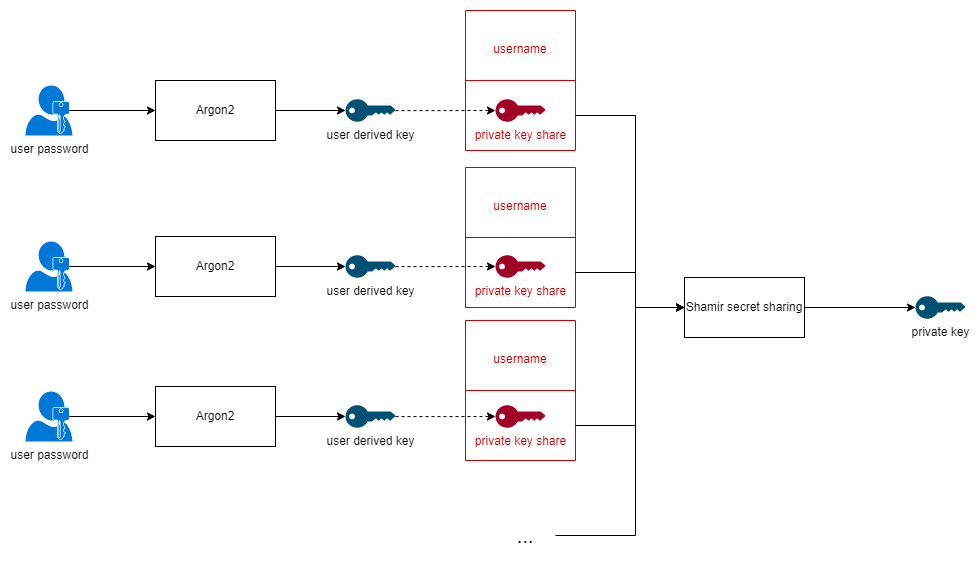
Before: readme-images/Storage root key shares.drawio.png, a diagram exported from draw.io (damienmaier/encrypted-vault). Source tidied: cells renumbered, new cells last; positions are measured from the earlier drawing's top-left corner, leaving out a move shared by most shapes.
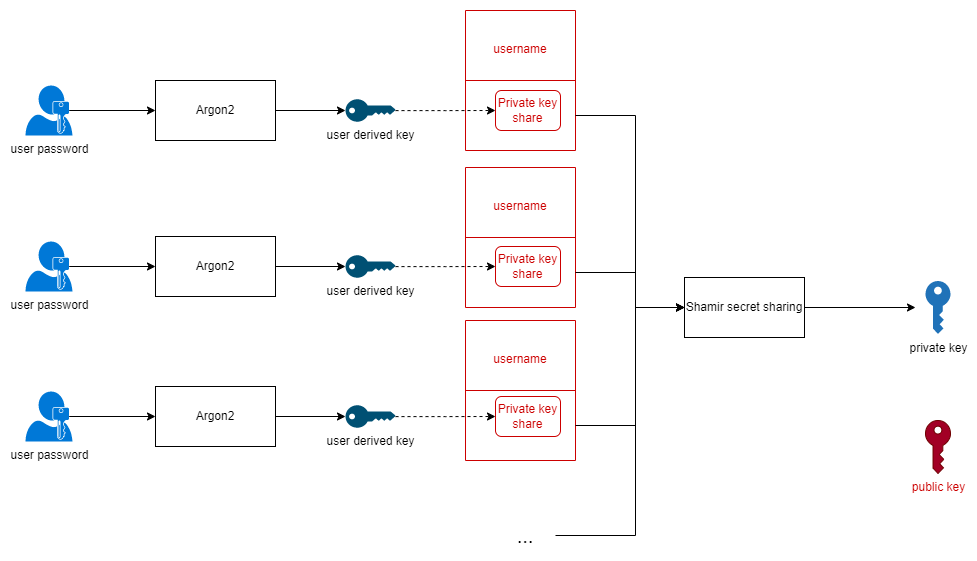
Later version of the same file.

Change to the diagram source:
```diff
@@ -53,24 +53,20 @@
     <mxCell id="18" value="user password" style="sketch=0;shadow=0;dashed=0;html=1;strokeColor=none;labelPosition=center;verticalLabelPosition=bottom;verticalAlign=top;align=center;shape=mxgraph.mscae.enterprise.user_permissions;fillColor=#0078D7;" parent="1" vertex="1">
       <mxGeometry y="75" width="47" height="50" as="geometry" />
     </mxCell>
-    <mxCell id="19" value="private key" style="points=[[0,0.5,0],[0.24,0,0],[0.5,0.28,0],[0.995,0.475,0],[0.5,0.72,0],[0.24,1,0]];verticalLabelPosition=bottom;sketch=0;html=1;verticalAlign=top;align=center;shape=mxgraph.cisco19.key;fillColor=#005073;strokeColor=none;" parent="1" vertex="1">
-      <mxGeometry x="890" y="285.8" width="50" height="22.5" as="geometry" />
-    </mxCell>
     <mxCell id="20" style="edgeStyle=orthogonalEdgeStyle;rounded=0;jettySize=auto;html=1;entryX=0;entryY=0.5;entryDx=0;entryDy=0;entryPerimeter=0;" parent="1" edge="1" source="21" target="23">
       <mxGeometry relative="1" as="geometry" />
     </mxCell>
     <mxCell id="21" value="Argon2" style="rounded=0;whiteSpace=wrap;html=1;" parent="1" vertex="1">
       <mxGeometry x="130" y="70" width="120" height="60" as="geometry" />
     </mxCell>
-    <mxCell id="22" style="edgeStyle=orthogonalEdgeStyle;rounded=0;jettySize=auto;html=1;entryX=0;entryY=0.5;entryDx=0;entryDy=0;entryPerimeter=0;dashed=1;" parent="1" edge="1" source="23" target="24">
-      <mxGeometry relative="1" as="geometry" />
+    <mxCell id="22" style="edgeStyle=orthogonalEdgeStyle;rounded=0;jettySize=auto;html=1;entryX=0;entryY=0.5;entryDx=0;entryDy=0;entryPerimeter=0;dashed=1;" parent="1" edge="1" source="23">
+      <mxGeometry relative="1" as="geometry">
+        <mxPoint x="470" y="100" as="targetPoint" />
+      </mxGeometry>
     </mxCell>
     <mxCell id="23" value="user derived key" style="points=[[0,0.5,0],[0.24,0,0],[0.5,0.28,0],[0.995,0.475,0],[0.5,0.72,0],[0.24,1,0]];verticalLabelPosition=bottom;sketch=0;html=1;verticalAlign=top;align=center;shape=mxgraph.cisco19.key;fillColor=#005073;strokeColor=none;" parent="1" vertex="1">
       <mxGeometry x="320" y="88.8" width="50" height="22.5" as="geometry" />
     </mxCell>
-    <mxCell id="24" value="&lt;font color=&quot;#cc0000&quot;&gt;private key share&lt;/font&gt;" style="points=[[0,0.5,0],[0.24,0,0],[0.5,0.28,0],[0.995,0.475,0],[0.5,0.72,0],[0.24,1,0]];verticalLabelPosition=bottom;sketch=0;html=1;verticalAlign=top;align=center;shape=mxgraph.cisco19.key;fillColor=#a20025;strokeColor=#6F0000;fontColor=#ffffff;" parent="1" vertex="1">
-      <mxGeometry x="470" y="88.8" width="50" height="22.5" as="geometry" />
-    </mxCell>
     <mxCell id="25" style="edgeStyle=orthogonalEdgeStyle;rounded=0;jettySize=auto;html=1;entryX=0;entryY=0.5;entryDx=0;entryDy=0;exitX=0.93;exitY=0.5;exitDx=0;exitDy=0;exitPerimeter=0;" parent="1" edge="1" source="26" target="28">
       <mxGeometry relative="1" as="geometry" />
     </mxCell>
@@ -83,15 +79,14 @@
     <mxCell id="28" value="Argon2" style="rounded=0;whiteSpace=wrap;html=1;" parent="1" vertex="1">
       <mxGeometry x="130" y="226" width="120" height="60" as="geometry" />
     </mxCell>
-    <mxCell id="29" style="edgeStyle=orthogonalEdgeStyle;rounded=0;jettySize=auto;html=1;entryX=0;entryY=0.5;entryDx=0;entryDy=0;entryPerimeter=0;dashed=1;" parent="1" edge="1" source="30" target="31">
-      <mxGeometry relative="1" as="geometry" />
+    <mxCell id="29" style="edgeStyle=orthogonalEdgeStyle;rounded=0;jettySize=auto;html=1;entryX=0;entryY=0.5;entryDx=0;entryDy=0;entryPerimeter=0;dashed=1;" parent="1" edge="1" source="30">
+      <mxGeometry relative="1" as="geometry">
+        <mxPoint x="470" y="256" as="targetPoint" />
+      </mxGeometry>
     </mxCell>
     <mxCell id="30" value="user derived key" style="points=[[0,0.5,0],[0.24,0,0],[0.5,0.28,0],[0.995,0.475,0],[0.5,0.72,0],[0.24,1,0]];verticalLabelPosition=bottom;sketch=0;html=1;verticalAlign=top;align=center;shape=mxgraph.cisco19.key;fillColor=#005073;strokeColor=none;" parent="1" vertex="1">
       <mxGeometry x="320" y="244.8" width="50" height="22.5" as="geometry" />
     </mxCell>
-    <mxCell id="31" value="&lt;font color=&quot;#cc0000&quot;&gt;private key share&lt;/font&gt;" style="points=[[0,0.5,0],[0.24,0,0],[0.5,0.28,0],[0.995,0.475,0],[0.5,0.72,0],[0.24,1,0]];verticalLabelPosition=bottom;sketch=0;html=1;verticalAlign=top;align=center;shape=mxgraph.cisco19.key;fillColor=#a20025;strokeColor=#6F0000;fontColor=#ffffff;" parent="1" vertex="1">
-      <mxGeometry x="470" y="244.8" width="50" height="22.5" as="geometry" />
-    </mxCell>
     <mxCell id="32" style="edgeStyle=orthogonalEdgeStyle;rounded=0;jettySize=auto;html=1;entryX=0;entryY=0.5;entryDx=0;entryDy=0;exitX=0.93;exitY=0.5;exitDx=0;exitDy=0;exitPerimeter=0;" parent="1" edge="1" source="33" target="35">
       <mxGeometry relative="1" as="geometry" />
     </mxCell>
@@ -104,15 +99,14 @@
     <mxCell id="35" value="Argon2" style="rounded=0;whiteSpace=wrap;html=1;" parent="1" vertex="1">
       <mxGeometry x="130" y="376" width="120" height="60" as="geometry" />
     </mxCell>
-    <mxCell id="36" style="edgeStyle=orthogonalEdgeStyle;rounded=0;jettySize=auto;html=1;entryX=0;entryY=0.5;entryDx=0;entryDy=0;entryPerimeter=0;dashed=1;" parent="1" edge="1" source="37" target="38">
-      <mxGeometry relative="1" as="geometry" />
+    <mxCell id="36" style="edgeStyle=orthogonalEdgeStyle;rounded=0;jettySize=auto;html=1;entryX=0;entryY=0.5;entryDx=0;entryDy=0;entryPerimeter=0;dashed=1;" parent="1" edge="1" source="37">
+      <mxGeometry relative="1" as="geometry">
+        <mxPoint x="470" y="406" as="targetPoint" />
+      </mxGeometry>
     </mxCell>
     <mxCell id="37" value="user derived key" style="points=[[0,0.5,0],[0.24,0,0],[0.5,0.28,0],[0.995,0.475,0],[0.5,0.72,0],[0.24,1,0]];verticalLabelPosition=bottom;sketch=0;html=1;verticalAlign=top;align=center;shape=mxgraph.cisco19.key;fillColor=#005073;strokeColor=none;" parent="1" vertex="1">
       <mxGeometry x="320" y="394.8" width="50" height="22.5" as="geometry" />
     </mxCell>
-    <mxCell id="38" value="&lt;font color=&quot;#cc0000&quot;&gt;private key share&lt;/font&gt;" style="points=[[0,0.5,0],[0.24,0,0],[0.5,0.28,0],[0.995,0.475,0],[0.5,0.72,0],[0.24,1,0]];verticalLabelPosition=bottom;sketch=0;html=1;verticalAlign=top;align=center;shape=mxgraph.cisco19.key;fillColor=#a20025;strokeColor=#6F0000;fontColor=#ffffff;" parent="1" vertex="1">
-      <mxGeometry x="470" y="394.8" width="50" height="22.5" as="geometry" />
-    </mxCell>
     <mxCell id="39" style="edgeStyle=orthogonalEdgeStyle;rounded=0;jettySize=auto;html=1;entryX=0;entryY=0.5;entryDx=0;entryDy=0;" parent="1" edge="1" source="40" target="42">
       <mxGeometry relative="1" as="geometry">
         <Array as="points">
@@ -124,8 +118,10 @@
     <mxCell id="40" value="&lt;font style=&quot;font-size: 20px;&quot;&gt;...&lt;/font&gt;" style="text;html=1;strokeColor=none;fillColor=none;align=center;verticalAlign=middle;whiteSpace=wrap;rounded=0;" parent="1" vertex="1">
       <mxGeometry x="470" y="510" width="60" height="30" as="geometry" />
     </mxCell>
-    <mxCell id="41" style="edgeStyle=orthogonalEdgeStyle;rounded=0;jettySize=auto;html=1;entryX=0;entryY=0.5;entryDx=0;entryDy=0;entryPerimeter=0;" parent="1" edge="1" source="42" target="19">
-      <mxGeometry relative="1" as="geometry" />
+    <mxCell id="41" style="edgeStyle=orthogonalEdgeStyle;rounded=0;jettySize=auto;html=1;entryX=0;entryY=0.5;entryDx=0;entryDy=0;entryPerimeter=0;" parent="1" edge="1" source="42">
+      <mxGeometry relative="1" as="geometry">
+        <mxPoint x="890" y="297" as="targetPoint" />
+      </mxGeometry>
     </mxCell>
     <mxCell id="42" value="Shamir secret sharing" style="rounded=0;whiteSpace=wrap;html=1;" parent="1" vertex="1">
       <mxGeometry x="659" y="267" width="120" height="60" as="geometry" />
@@ -154,5 +150,20 @@
         </Array>
       </mxGeometry>
     </mxCell>
+    <mxCell id="19" value="&lt;font color=&quot;#000000&quot;&gt;private key&lt;/font&gt;" style="sketch=0;shadow=0;dashed=0;html=1;strokeColor=none;labelPosition=center;verticalLabelPosition=bottom;verticalAlign=top;outlineConnect=0;align=center;shape=mxgraph.office.security.key_permissions;fillColor=#2072B8;fontColor=#CC0000;" parent="1" vertex="1">
+      <mxGeometry x="900" y="270.5" width="25" height="53" as="geometry" />
+    </mxCell>
+    <mxCell id="46" value="&lt;font color=&quot;#cc0000&quot;&gt;public key&lt;/font&gt;" style="sketch=0;shadow=0;dashed=0;html=1;strokeColor=#6F0000;labelPosition=center;verticalLabelPosition=bottom;verticalAlign=top;align=center;shape=mxgraph.office.security.key_permissions;fillColor=#a20025;fontColor=#ffffff;" parent="1" vertex="1">
+      <mxGeometry x="900" y="410" width="25" height="53" as="geometry" />
+    </mxCell>
+    <mxCell id="47" value="Private key share" style="rounded=1;whiteSpace=wrap;html=1;fontColor=#CC0000;strokeColor=#CC0000;" parent="1" vertex="1">
+      <mxGeometry x="470" y="80" width="65" height="40" as="geometry" />
+    </mxCell>
+    <mxCell id="48" value="Private key share" style="rounded=1;whiteSpace=wrap;html=1;fontColor=#CC0000;strokeColor=#CC0000;" parent="1" vertex="1">
+      <mxGeometry x="470" y="236" width="65" height="40" as="geometry" />
+    </mxCell>
+    <mxCell id="49" value="Private key share" style="rounded=1;whiteSpace=wrap;html=1;fontColor=#CC0000;strokeColor=#CC0000;" parent="1" vertex="1">
+      <mxGeometry x="470" y="386" width="65" height="40" as="geometry" />
+    </mxCell>
   </root>
 </mxGraphModel>
```
